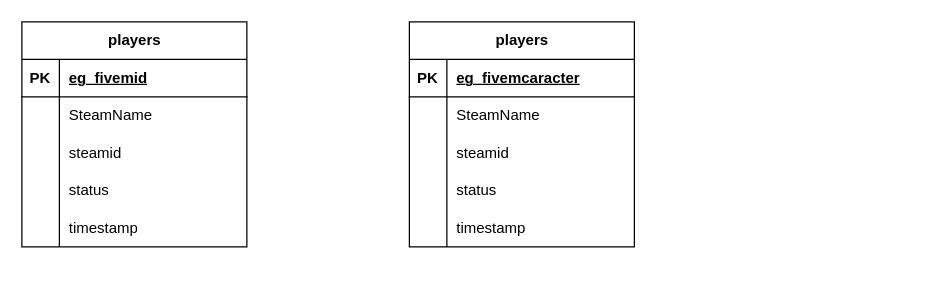
Before: EGSolutions/Designs/Diagrams/FivemDatabase.drawio in Fevereiro2/Docs, a draw.io diagram. Source tidied: cells renumbered, new cells numbered last; positions are measured from the earlier drawing's top-left corner, leaving out a move shared by most shapes. Both pictures are drawn from the tidied source at 125%, with x=0, y=0 at pixel (21, 21).
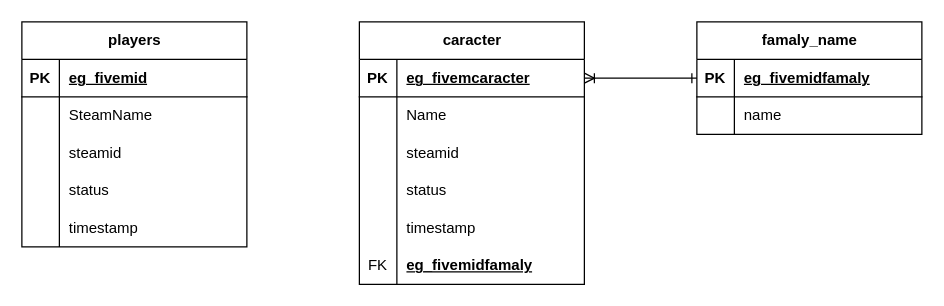
The same page after the edit.

Commit message:
Update and create Tables family_name and caracter

The change refers to these unchanged cells:
```xml
<mxCell id="19" style="shape=tableRow;horizontal=0;startSize=0;swimlaneHead=0;swimlaneBody=0;fillColor=none;points=[[0,0.5],[1,0.5]];portConstraint=eastwest;top=0;left=0;right=0;bottom=1;" parent="18" vertex="1">
  <mxGeometry y="30" width="180" height="30" as="geometry" />
</mxCell>
<mxCell id="22" style="shape=tableRow;horizontal=0;startSize=0;swimlaneHead=0;swimlaneBody=0;fillColor=none;top=0;left=0;right=0;bottom=0;" parent="18" vertex="1">
  <mxGeometry y="60" width="180" height="30" as="geometry" />
</mxCell>
```

What changed in the source:
```diff
@@
-    <mxCell id="18" value="players" style="shape=table;startSize=30;childLayout=tableLayout;rowLines=0;fontStyle=1;align=center;html=1;" parent="1" vertex="1">
-      <mxGeometry x="310" width="180" height="180" as="geometry" />
+    <mxCell id="18" value="caracter" style="shape=table;startSize=30;childLayout=tableLayout;rowLines=0;fontStyle=1;align=center;html=1;" parent="1" vertex="1">
+      <mxGeometry x="270" width="180" height="210" as="geometry" />
     </mxCell>
@@
-    <mxCell id="24" value="SteamName" style="shape=partialRectangle;fillColor=none;top=0;left=0;bottom=0;right=0;align=left;spacingLeft=6;overflow=hidden;whiteSpace=wrap;html=1;" parent="22" vertex="1">
+    <mxCell id="24" value="Name" style="shape=partialRectangle;fillColor=none;top=0;left=0;bottom=0;right=0;align=left;spacingLeft=6;overflow=hidden;whiteSpace=wrap;html=1;" parent="22" vertex="1">
       <mxGeometry x="30" width="150" height="30" as="geometry" />
     </mxCell>
@@
+    <mxCell id="34" style="shape=tableRow;horizontal=0;startSize=0;swimlaneHead=0;swimlaneBody=0;fillColor=none;top=0;left=0;right=0;bottom=0;" parent="18" vertex="1">
+      <mxGeometry y="180" width="180" height="30" as="geometry" />
+    </mxCell>
+    <mxCell id="35" value="FK" style="shape=partialRectangle;fillColor=none;top=0;left=0;bottom=0;right=0;overflow=hidden;whiteSpace=wrap;html=1;" parent="34" vertex="1">
+      <mxGeometry width="30" height="30" as="geometry" />
+    </mxCell>
+    <mxCell id="36" value="&lt;span style=&quot;font-weight: 700; text-decoration-line: underline;&quot;&gt;eg_fivemidfamaly&lt;/span&gt;" style="shape=partialRectangle;fillColor=none;top=0;left=0;bottom=0;right=0;align=left;spacingLeft=6;overflow=hidden;whiteSpace=wrap;html=1;" parent="34" vertex="1">
+      <mxGeometry x="30" width="150" height="30" as="geometry" />
+    </mxCell>
+    <mxCell id="37" value="famaly_name" style="shape=table;startSize=30;childLayout=tableLayout;rowLines=0;fontStyle=1;align=center;html=1;" parent="1" vertex="1">
+      <mxGeometry x="540" width="180" height="90" as="geometry" />
+    </mxCell>
+    <mxCell id="38" style="shape=tableRow;horizontal=0;startSize=0;swimlaneHead=0;swimlaneBody=0;fillColor=none;top=0;left=0;right=0;bottom=1;" parent="37" vertex="1">
+      <mxGeometry y="30" width="180" height="30" as="geometry" />
+    </mxCell>
+    <mxCell id="39" value="PK" style="shape=partialRectangle;fillColor=none;top=0;left=0;bottom=0;right=0;fontStyle=1;overflow=hidden;whiteSpace=wrap;html=1;" parent="38" vertex="1">
+      <mxGeometry width="30" height="30" as="geometry" />
+    </mxCell>
+    <mxCell id="40" value="eg_fivemidfamaly" style="shape=partialRectangle;fillColor=none;top=0;left=0;bottom=0;right=0;align=left;spacingLeft=6;fontStyle=5;overflow=hidden;whiteSpace=wrap;html=1;" parent="38" vertex="1">
+      <mxGeometry x="30" width="150" height="30" as="geometry" />
+    </mxCell>
+    <mxCell id="41" style="shape=tableRow;horizontal=0;startSize=0;swimlaneHead=0;swimlaneBody=0;fillColor=none;top=0;left=0;right=0;bottom=0;" parent="37" vertex="1">
+      <mxGeometry y="60" width="180" height="30" as="geometry" />
+    </mxCell>
+    <mxCell id="42" style="shape=partialRectangle;fillColor=none;top=0;left=0;bottom=0;right=0;overflow=hidden;whiteSpace=wrap;html=1;" parent="41" vertex="1">
+      <mxGeometry width="30" height="30" as="geometry" />
+    </mxCell>
+    <mxCell id="43" value="name" style="shape=partialRectangle;fillColor=none;top=0;left=0;bottom=0;right=0;align=left;spacingLeft=6;overflow=hidden;whiteSpace=wrap;html=1;" parent="41" vertex="1">
+      <mxGeometry x="30" width="150" height="30" as="geometry" />
+    </mxCell>
+    <mxCell id="44" style="endArrow=ERone;html=1;rounded=0;entryX=0;entryY=0.5;entryDx=0;entryDy=0;exitX=1;exitY=0.5;exitDx=0;exitDy=0;startArrow=ERoneToMany;startFill=0;endFill=0;" parent="1" edge="1" source="19" target="37">
+      <mxGeometry relative="1" as="geometry" />
+    </mxCell>
```
